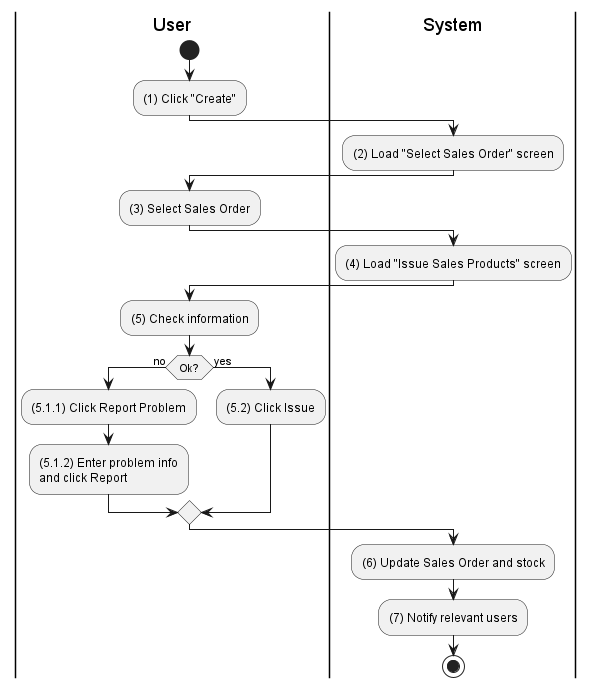
Earlier version of the PlantUML export activities/inventory-product-issue.png (phihungha/scmss-reqs).
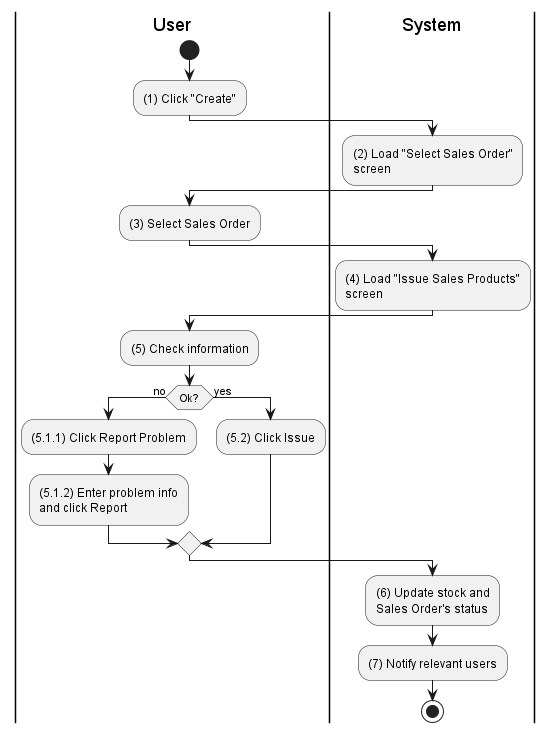
The same file after the commit.

Change to the diagram source:
```diff
@@ -7,13 +7,13 @@
 :(1) Click "Create";
 
 |s|
-:(2) Load "Select Sales Order" screen;
+:(2) Load "Select Sales Order"\nscreen;
 
 |u|
 :(3) Select Sales Order;
 
 |s|
-:(4) Load "Issue Sales Products" screen;
+:(4) Load "Issue Sales Products"\nscreen;
 
 |u|
 :(5) Check information;
@@ -28,7 +28,7 @@
 endif
 
 |s|
-:(6) Update Sales Order and stock;
+:(6) Update stock and\nSales Order's status;
 :(7) Notify relevant users;
 stop
 @enduml
```
